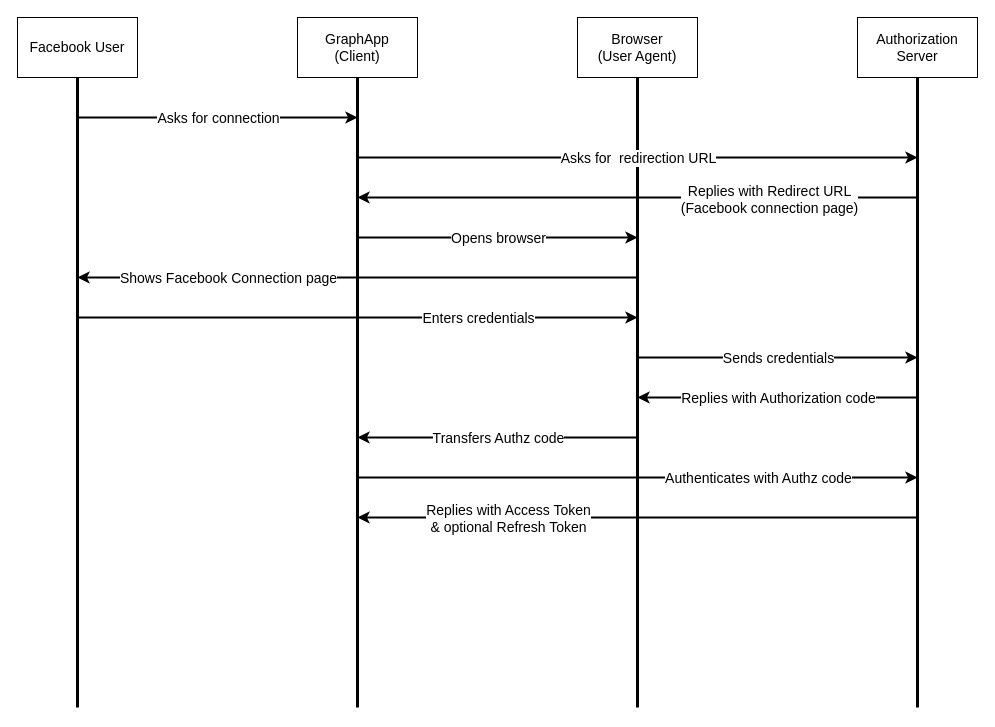
Above: SLH_OAuth_authentication.drawio in superjeffcplusplus/SLH_OAuth (draw.io), before the change. Source tidied: cells renumbered, new cells numbered last; positions are measured from the earlier drawing's top-left corner, leaving out a move shared by most shapes. Both pictures are drawn from the tidied source at 100%, with x=0, y=0 at pixel (17, 17).
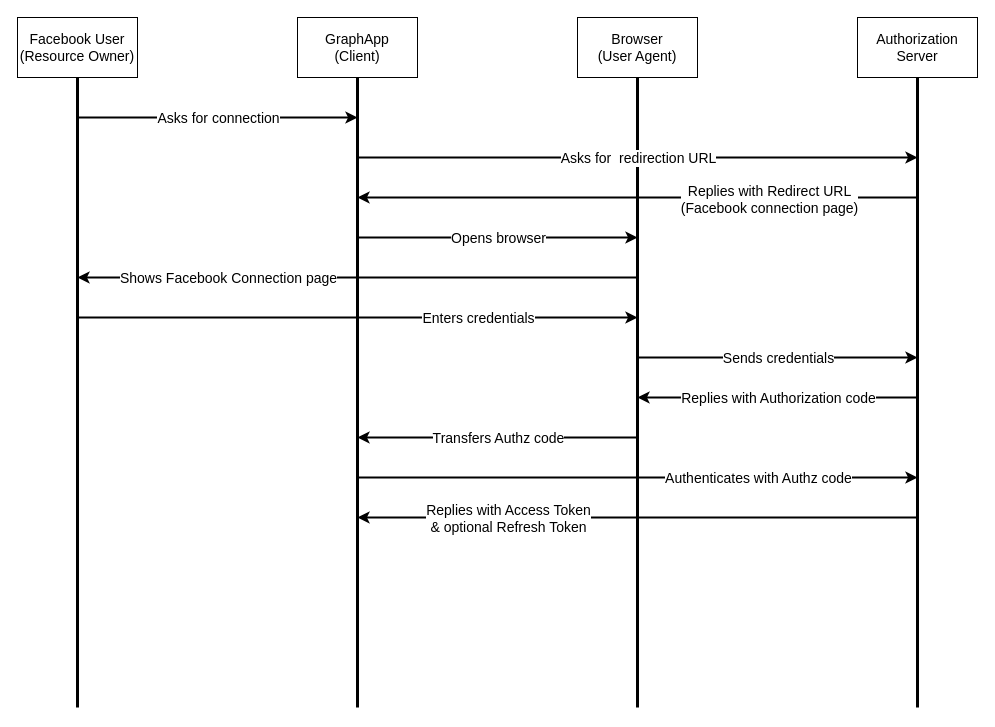
The same page after the edit.

What changed in the source:
```diff
@@
-    <mxCell id="5" value="Facebook User " style="rounded=0;whiteSpace=wrap;html=1;fontSize=14;" parent="1" vertex="1">
+    <mxCell id="5" value="&lt;div&gt;Facebook User &lt;/div&gt;(Resource Owner)" style="rounded=0;whiteSpace=wrap;html=1;fontSize=14;" parent="1" vertex="1">
       <mxGeometry width="120" height="60" as="geometry" />
     </mxCell>
```
